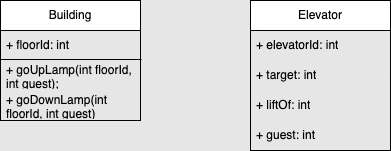
Above: ElevatorSimulation.drawio.png in Gundogduu/javaIntro2022 (draw.io), before the change. Source tidied: cells renumbered, new cells last; positions are measured from the earlier drawing's top-left corner, leaving out a move shared by most shapes.
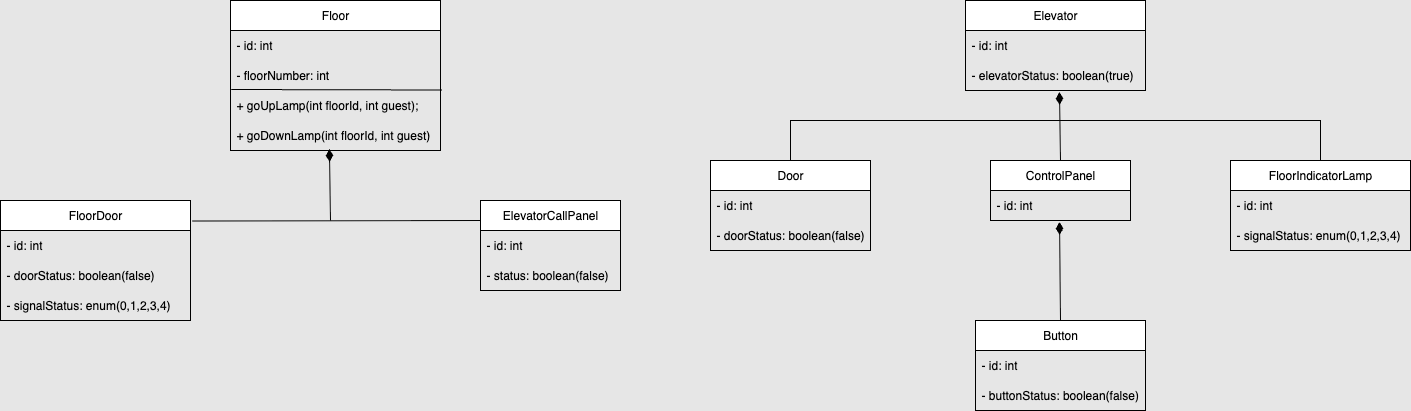
Above is the later version.

The edit, as a diff of the source:
```diff
@@ -2,37 +2,118 @@
   <root>
     <mxCell id="0" />
     <mxCell id="1" parent="0" />
-    <mxCell id="2" value="Building" style="swimlane;fontStyle=0;horizontal=1;startSize=30;whiteSpace=wrap;html=1;" parent="1" vertex="1">
-      <mxGeometry width="140" height="120" as="geometry" />
+    <mxCell id="2" value="Floor" style="swimlane;fontStyle=0;horizontal=1;startSize=30;whiteSpace=wrap;html=1;" parent="1" vertex="1">
+      <mxGeometry x="-35" y="-16" width="210" height="150" as="geometry" />
     </mxCell>
+    <mxCell id="12" value="- id: int" style="text;strokeColor=none;fillColor=none;align=left;verticalAlign=middle;spacingLeft=4;spacingRight=4;overflow=hidden;whiteSpace=wrap;html=1;" parent="2" vertex="1">
+      <mxGeometry y="30" width="210" height="30" as="geometry" />
+    </mxCell>
-    <mxCell id="3" value="+ floorId: int" style="text;strokeColor=none;fillColor=none;align=left;verticalAlign=middle;spacingLeft=4;spacingRight=4;overflow=hidden;points=[[0,0.5],[1,0.5]];portConstraint=eastwest;whiteSpace=wrap;html=1;" parent="2" vertex="1">
-      <mxGeometry y="30" width="140" height="30" as="geometry" />
+    <mxCell id="3" value="- floorNumber: int" style="text;strokeColor=none;fillColor=none;align=left;verticalAlign=middle;spacingLeft=4;spacingRight=4;overflow=hidden;points=[[0,0.5],[1,0.5]];portConstraint=eastwest;whiteSpace=wrap;html=1;" parent="2" vertex="1">
+      <mxGeometry y="60" width="210" height="30" as="geometry" />
     </mxCell>
     <mxCell id="4" value="+ goUpLamp(int floorId, int guest);" style="text;strokeColor=none;fillColor=none;align=left;verticalAlign=middle;spacingLeft=4;spacingRight=4;overflow=hidden;points=[[0,0.5],[1,0.5]];portConstraint=eastwest;whiteSpace=wrap;html=1;" parent="2" vertex="1">
-      <mxGeometry y="60" width="140" height="30" as="geometry" />
+      <mxGeometry y="90" width="210" height="30" as="geometry" />
     </mxCell>
     <mxCell id="5" value="+ goDownLamp(int floorId, int guest)" style="text;strokeColor=none;fillColor=none;align=left;verticalAlign=middle;spacingLeft=4;spacingRight=4;overflow=hidden;points=[[0,0.5],[1,0.5]];portConstraint=eastwest;whiteSpace=wrap;html=1;" parent="2" vertex="1">
-      <mxGeometry y="90" width="140" height="30" as="geometry" />
+      <mxGeometry y="120" width="210" height="30" as="geometry" />
     </mxCell>
-    <mxCell id="6" style="edgeStyle=none;jettySize=auto;html=1;rounded=0;fontSize=12;startSize=8;endSize=8;curved=1;exitX=0.004;exitY=-0.033;exitDx=0;exitDy=0;exitPerimeter=0;endArrow=none;startFill=0;" parent="2" edge="1" source="4">
-      <mxGeometry relative="1" as="geometry">
-        <mxPoint x="141" y="59" as="targetPoint" />
-      </mxGeometry>
+    <mxCell id="6" style="edgeStyle=none;jettySize=auto;html=1;rounded=0;fontSize=12;startSize=8;endSize=8;curved=1;exitX=0.004;exitY=-0.033;exitDx=0;exitDy=0;exitPerimeter=0;endArrow=none;startFill=0;entryX=1.007;entryY=0.983;entryDx=0;entryDy=0;entryPerimeter=0;" parent="2" edge="1" source="4" target="3">
+      <mxGeometry relative="1" as="geometry" />
     </mxCell>
     <mxCell id="7" value="Elevator" style="swimlane;fontStyle=0;horizontal=1;startSize=30;whiteSpace=wrap;html=1;" parent="1" vertex="1">
-      <mxGeometry x="250" width="140" height="150" as="geometry" />
+      <mxGeometry x="700" y="-16" width="180" height="90" as="geometry" />
     </mxCell>
-    <mxCell id="8" value="+ elevatorId: int" style="text;strokeColor=none;fillColor=none;align=left;verticalAlign=middle;spacingLeft=4;spacingRight=4;overflow=hidden;whiteSpace=wrap;html=1;" parent="7" vertex="1">
-      <mxGeometry y="30" width="140" height="30" as="geometry" />
+    <mxCell id="8" value="- id: int" style="text;strokeColor=none;fillColor=none;align=left;verticalAlign=middle;spacingLeft=4;spacingRight=4;overflow=hidden;whiteSpace=wrap;html=1;" parent="7" vertex="1">
+      <mxGeometry y="30" width="180" height="30" as="geometry" />
     </mxCell>
-    <mxCell id="9" value="+ target: int" style="text;strokeColor=none;fillColor=none;align=left;verticalAlign=middle;spacingLeft=4;spacingRight=4;overflow=hidden;points=[[0,0.5],[1,0.5]];portConstraint=eastwest;whiteSpace=wrap;html=1;" parent="7" vertex="1">
-      <mxGeometry y="60" width="140" height="30" as="geometry" />
+    <mxCell id="9" value="- elevatorStatus: boolean(true)" style="text;strokeColor=none;fillColor=none;align=left;verticalAlign=middle;spacingLeft=4;spacingRight=4;overflow=hidden;points=[[0,0.5],[1,0.5]];portConstraint=eastwest;whiteSpace=wrap;html=1;" parent="7" vertex="1">
+      <mxGeometry y="60" width="180" height="30" as="geometry" />
     </mxCell>
-    <mxCell id="10" value="+ liftOf: int" style="text;strokeColor=none;fillColor=none;align=left;verticalAlign=middle;spacingLeft=4;spacingRight=4;overflow=hidden;whiteSpace=wrap;html=1;" parent="7" vertex="1">
-      <mxGeometry y="90" width="140" height="30" as="geometry" />
-    </mxCell>
-    <mxCell id="11" value="+ guest: int" style="text;strokeColor=none;fillColor=none;align=left;verticalAlign=middle;spacingLeft=4;spacingRight=4;overflow=hidden;whiteSpace=wrap;html=1;" parent="7" vertex="1">
-      <mxGeometry y="120" width="140" height="30" as="geometry" />
-    </mxCell>
+    <mxCell id="13" value="FloorDoor" style="swimlane;fontStyle=0;horizontal=1;startSize=30;whiteSpace=wrap;html=1;" parent="1" vertex="1">
+      <mxGeometry x="-265" y="184" width="190" height="120" as="geometry" />
+    </mxCell>
+    <mxCell id="14" value="- id: int" style="text;strokeColor=none;fillColor=none;align=left;verticalAlign=middle;spacingLeft=4;spacingRight=4;overflow=hidden;whiteSpace=wrap;html=1;" parent="13" vertex="1">
+      <mxGeometry y="30" width="190" height="30" as="geometry" />
+    </mxCell>
+    <mxCell id="15" value="- doorStatus: boolean(false)" style="text;strokeColor=none;fillColor=none;align=left;verticalAlign=middle;spacingLeft=4;spacingRight=4;overflow=hidden;whiteSpace=wrap;html=1;" parent="13" vertex="1">
+      <mxGeometry y="60" width="190" height="30" as="geometry" />
+    </mxCell>
+    <mxCell id="16" value="- signalStatus: enum(0,1,2,3,4)" style="text;strokeColor=none;fillColor=none;align=left;verticalAlign=middle;spacingLeft=4;spacingRight=4;overflow=hidden;whiteSpace=wrap;html=1;" parent="13" vertex="1">
+      <mxGeometry y="90" width="190" height="30" as="geometry" />
+    </mxCell>
+    <mxCell id="17" value="ElevatorCallPanel" style="swimlane;fontStyle=0;horizontal=1;startSize=30;whiteSpace=wrap;html=1;" parent="1" vertex="1">
+      <mxGeometry x="215" y="184" width="140" height="90" as="geometry" />
+    </mxCell>
+    <mxCell id="18" value="- id: int" style="text;strokeColor=none;fillColor=none;align=left;verticalAlign=middle;spacingLeft=4;spacingRight=4;overflow=hidden;whiteSpace=wrap;html=1;" parent="17" vertex="1">
+      <mxGeometry y="30" width="140" height="30" as="geometry" />
+    </mxCell>
+    <mxCell id="19" value="- status: boolean(false)" style="text;strokeColor=none;fillColor=none;align=left;verticalAlign=middle;spacingLeft=4;spacingRight=4;overflow=hidden;whiteSpace=wrap;html=1;" parent="17" vertex="1">
+      <mxGeometry y="60" width="140" height="30" as="geometry" />
+    </mxCell>
+    <mxCell id="20" style="endArrow=none;html=1;rounded=0;endFill=0;startArrow=diamondThin;startFill=1;endSize=6;startSize=10;exitX=0.471;exitY=0.95;exitDx=0;exitDy=0;exitPerimeter=0;" parent="1" edge="1" source="5">
+      <mxGeometry relative="1" as="geometry">
+        <mxPoint x="65" y="204" as="targetPoint" />
+      </mxGeometry>
+    </mxCell>
+    <mxCell id="21" style="endArrow=none;html=1;rounded=0;exitX=1.011;exitY=0.171;exitDx=0;exitDy=0;exitPerimeter=0;" parent="1" edge="1" source="13">
+      <mxGeometry relative="1" as="geometry">
+        <mxPoint x="215" y="204" as="targetPoint" />
+      </mxGeometry>
+    </mxCell>
+    <mxCell id="22" value="Door" style="swimlane;fontStyle=0;horizontal=1;startSize=30;whiteSpace=wrap;html=1;" parent="1" vertex="1">
+      <mxGeometry x="445" y="144" width="160" height="90" as="geometry" />
+    </mxCell>
+    <mxCell id="23" value="- id: int" style="text;strokeColor=none;fillColor=none;align=left;verticalAlign=middle;spacingLeft=4;spacingRight=4;overflow=hidden;whiteSpace=wrap;html=1;" parent="22" vertex="1">
+      <mxGeometry y="30" width="160" height="30" as="geometry" />
+    </mxCell>
+    <mxCell id="24" value="- doorStatus: boolean(false)" style="text;strokeColor=none;fillColor=none;align=left;verticalAlign=middle;spacingLeft=4;spacingRight=4;overflow=hidden;whiteSpace=wrap;html=1;" parent="22" vertex="1">
+      <mxGeometry y="60" width="160" height="30" as="geometry" />
+    </mxCell>
+    <mxCell id="25" value="ControlPanel" style="swimlane;fontStyle=0;horizontal=1;startSize=30;whiteSpace=wrap;html=1;" parent="1" vertex="1">
+      <mxGeometry x="725" y="144" width="140" height="60" as="geometry" />
+    </mxCell>
+    <mxCell id="26" value="- id: int" style="text;strokeColor=none;fillColor=none;align=left;verticalAlign=middle;spacingLeft=4;spacingRight=4;overflow=hidden;points=[[0,0.5],[1,0.5]];portConstraint=eastwest;whiteSpace=wrap;html=1;" parent="25" vertex="1">
+      <mxGeometry y="30" width="140" height="30" as="geometry" />
+    </mxCell>
+    <mxCell id="27" value="FloorIndicatorLamp" style="swimlane;fontStyle=0;horizontal=1;startSize=30;whiteSpace=wrap;html=1;" parent="1" vertex="1">
+      <mxGeometry x="965" y="144" width="180" height="90" as="geometry" />
+    </mxCell>
+    <mxCell id="28" value="- id: int" style="text;strokeColor=none;fillColor=none;align=left;verticalAlign=middle;spacingLeft=4;spacingRight=4;overflow=hidden;whiteSpace=wrap;html=1;" parent="27" vertex="1">
+      <mxGeometry y="30" width="180" height="30" as="geometry" />
+    </mxCell>
+    <mxCell id="29" value="- signalStatus: enum(0,1,2,3,4)" style="text;strokeColor=none;fillColor=none;align=left;verticalAlign=middle;spacingLeft=4;spacingRight=4;overflow=hidden;whiteSpace=wrap;html=1;" parent="27" vertex="1">
+      <mxGeometry y="60" width="180" height="30" as="geometry" />
+    </mxCell>
+    <mxCell id="30" value="Button" style="swimlane;fontStyle=0;horizontal=1;startSize=30;whiteSpace=wrap;html=1;" parent="1" vertex="1">
+      <mxGeometry x="710" y="304" width="170" height="90" as="geometry" />
+    </mxCell>
+    <mxCell id="31" value="- id: int" style="text;strokeColor=none;fillColor=none;align=left;verticalAlign=middle;spacingLeft=4;spacingRight=4;overflow=hidden;whiteSpace=wrap;html=1;" parent="30" vertex="1">
+      <mxGeometry y="30" width="170" height="30" as="geometry" />
+    </mxCell>
+    <mxCell id="32" value="- buttonStatus: boolean(false)" style="text;strokeColor=none;fillColor=none;align=left;verticalAlign=middle;spacingLeft=4;spacingRight=4;overflow=hidden;whiteSpace=wrap;html=1;" parent="30" vertex="1">
+      <mxGeometry y="60" width="170" height="30" as="geometry" />
+    </mxCell>
+    <mxCell id="33" style="endArrow=diamondThin;html=1;rounded=0;entryX=0.493;entryY=1.05;entryDx=0;entryDy=0;entryPerimeter=0;exitX=0.5;exitY=0;exitDx=0;exitDy=0;endFill=1;endSize=10;" parent="1" edge="1" source="30" target="26">
+      <mxGeometry relative="1" as="geometry" />
+    </mxCell>
+    <mxCell id="34" style="endArrow=diamondThin;html=1;rounded=0;exitX=0.5;exitY=0;exitDx=0;exitDy=0;entryX=0.522;entryY=1.05;entryDx=0;entryDy=0;entryPerimeter=0;endFill=1;endSize=10;" parent="1" edge="1" source="25" target="9">
+      <mxGeometry relative="1" as="geometry" />
+    </mxCell>
+    <mxCell id="35" style="edgeStyle=none;jettySize=auto;html=1;rounded=0;exitX=0.5;exitY=0;exitDx=0;exitDy=0;endArrow=none;endFill=0;" parent="1" edge="1" source="22">
+      <mxGeometry relative="1" as="geometry">
+        <mxPoint x="795" y="104" as="targetPoint" />
+        <Array as="points">
+          <mxPoint x="525" y="104" />
+        </Array>
+      </mxGeometry>
+    </mxCell>
+    <mxCell id="36" style="edgeStyle=none;jettySize=auto;html=1;rounded=0;exitX=0.5;exitY=0;exitDx=0;exitDy=0;endArrow=none;endFill=0;" parent="1" edge="1" source="27">
+      <mxGeometry relative="1" as="geometry">
+        <mxPoint x="795" y="104" as="targetPoint" />
+        <Array as="points">
+          <mxPoint x="1055" y="104" />
+        </Array>
+      </mxGeometry>
+    </mxCell>
   </root>
 </mxGraphModel>
```
